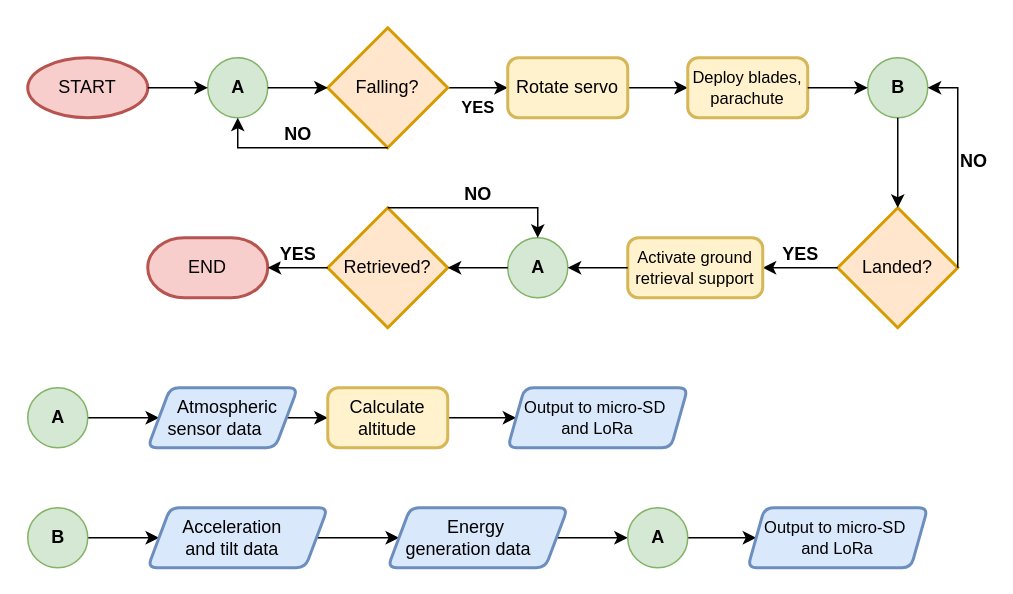
MikoZ321/resat keeps this draw.io diagram as schematics/SoftwareExecutionPath.drawio.xml. Above is the earlier version. Source tidied: cells renumbered, new cells numbered last; positions are measured from the earlier drawing's top-left corner, leaving out a move shared by most shapes. Both pictures are drawn from the tidied source at 150%, with x=0, y=0 at pixel (27, 27).
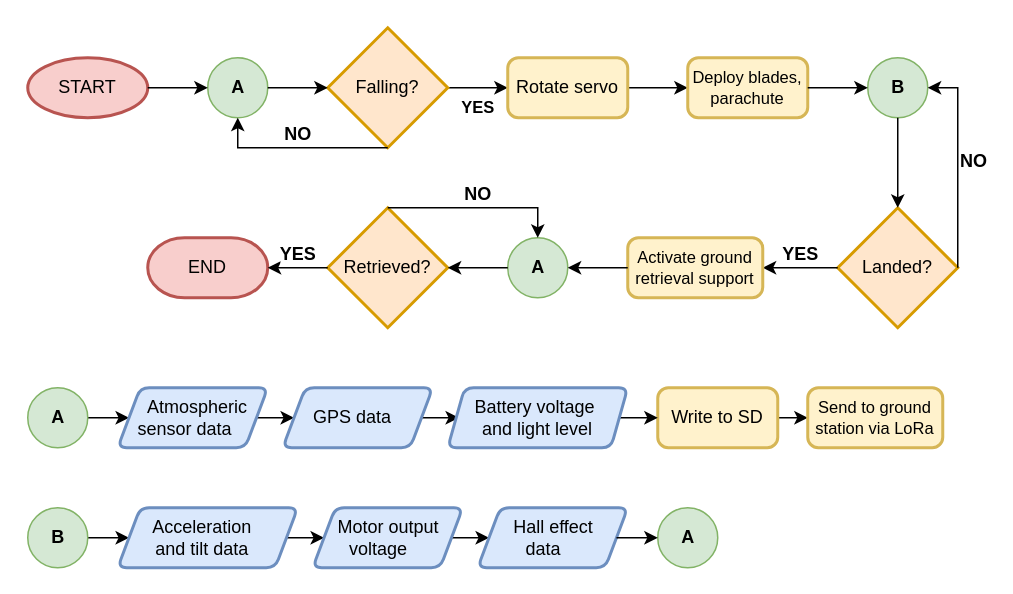
The same diagram, later.

Diff of the diagram source:
```diff
@@
-    <mxCell id="21" style="edgeStyle=orthogonalEdgeStyle;rounded=0;jettySize=auto;html=1;entryX=0;entryY=0.5;entryDx=0;entryDy=0;" parent="1" edge="1" source="22" target="24">
-      <mxGeometry relative="1" as="geometry" />
-    </mxCell>
+    <mxCell id="42" style="edgeStyle=orthogonalEdgeStyle;rounded=0;jettySize=auto;html=1;exitX=1;exitY=0.5;exitDx=0;exitDy=0;entryX=0;entryY=0.5;entryDx=0;entryDy=0;" parent="1" edge="1" source="22" target="46">
+      <mxGeometry relative="1" as="geometry" />
+    </mxCell>
     <mxCell id="22" value="&lt;div style=&quot;font-size: 12px;&quot;&gt;&amp;nbsp; &amp;nbsp; &amp;nbsp;Atmospheric sensor d&lt;span style=&quot;background-color: initial; font-size: 12px;&quot;&gt;ata&lt;/span&gt;&lt;/div&gt;" style="shape=parallelogram;html=1;strokeWidth=2;perimeter=parallelogramPerimeter;whiteSpace=wrap;rounded=1;arcSize=12;size=0.15000000000000002;fillColor=#dae8fc;strokeColor=#6c8ebf;fontSize=12;spacingRight=10;" parent="1" vertex="1">
-      <mxGeometry x="80" y="240" width="100" height="40" as="geometry" />
+      <mxGeometry x="60" y="240" width="100" height="40" as="geometry" />
     </mxCell>
-    <mxCell id="23" style="edgeStyle=orthogonalEdgeStyle;rounded=0;jettySize=auto;html=1;entryX=0;entryY=0.5;entryDx=0;entryDy=0;" parent="1" edge="1" source="24" target="25">
-      <mxGeometry relative="1" as="geometry" />
-    </mxCell>
+    <mxCell id="43" style="edgeStyle=orthogonalEdgeStyle;rounded=0;jettySize=auto;html=1;exitX=1;exitY=0.5;exitDx=0;exitDy=0;entryX=0;entryY=0.5;entryDx=0;entryDy=0;" parent="1" edge="1" source="24" target="51">
+      <mxGeometry relative="1" as="geometry" />
+    </mxCell>
-    <mxCell id="24" value="Calculate altitude" style="rounded=1;whiteSpace=wrap;html=1;absoluteArcSize=1;arcSize=14;strokeWidth=2;fillColor=#fff2cc;strokeColor=#d6b656;" parent="1" vertex="1">
-      <mxGeometry x="200" y="240" width="80" height="40" as="geometry" />
+    <mxCell id="24" value="Write to SD" style="rounded=1;whiteSpace=wrap;html=1;absoluteArcSize=1;arcSize=14;strokeWidth=2;fillColor=#fff2cc;strokeColor=#d6b656;" parent="1" vertex="1">
+      <mxGeometry x="420" y="240" width="80" height="40" as="geometry" />
     </mxCell>
-    <mxCell id="25" value="Output to micro-SD&amp;nbsp;&lt;div style=&quot;font-size: 11px;&quot;&gt;and LoRa&lt;/div&gt;" style="shape=parallelogram;html=1;strokeWidth=2;perimeter=parallelogramPerimeter;whiteSpace=wrap;rounded=1;arcSize=12;size=0.09375;fillColor=#dae8fc;strokeColor=#6c8ebf;fontSize=11;spacingRight=10;spacingLeft=10;" parent="1" vertex="1">
-      <mxGeometry x="320" y="240" width="120" height="40" as="geometry" />
-    </mxCell>
@@
     <mxCell id="29" value="&lt;span style=&quot;background-color: initial;&quot;&gt;&amp;nbsp;Acceleration&amp;nbsp;&lt;/span&gt;&lt;div&gt;&lt;span style=&quot;background-color: initial;&quot;&gt;and tilt data&lt;/span&gt;&lt;/div&gt;" style="shape=parallelogram;html=1;strokeWidth=2;perimeter=parallelogramPerimeter;whiteSpace=wrap;rounded=1;arcSize=12;size=0.125;fillColor=#dae8fc;strokeColor=#6c8ebf;fontSize=12;spacingRight=10;spacingLeft=3;" parent="1" vertex="1">
-      <mxGeometry x="80" y="320" width="120" height="40" as="geometry" />
+      <mxGeometry x="60" y="320" width="120" height="40" as="geometry" />
     </mxCell>
-    <mxCell id="30" style="edgeStyle=orthogonalEdgeStyle;rounded=0;jettySize=auto;html=1;" parent="1" edge="1" source="31" target="33">
-      <mxGeometry relative="1" as="geometry" />
-    </mxCell>
+    <mxCell id="44" style="edgeStyle=orthogonalEdgeStyle;rounded=0;jettySize=auto;html=1;exitX=1;exitY=0.5;exitDx=0;exitDy=0;entryX=0;entryY=0.5;entryDx=0;entryDy=0;" parent="1" edge="1" source="31" target="49">
+      <mxGeometry relative="1" as="geometry" />
+    </mxCell>
-    <mxCell id="31" value="&amp;nbsp; &amp;nbsp;Energy&lt;div&gt;generation data&lt;/div&gt;" style="shape=parallelogram;html=1;strokeWidth=2;perimeter=parallelogramPerimeter;whiteSpace=wrap;rounded=1;arcSize=12;size=0.125;fillColor=#dae8fc;strokeColor=#6c8ebf;fontSize=12;spacingRight=12;spacingLeft=0;" parent="1" vertex="1">
-      <mxGeometry x="240" y="320" width="120" height="40" as="geometry" />
+    <mxCell id="31" value="&amp;nbsp; &amp;nbsp; Motor output voltage" style="shape=parallelogram;html=1;strokeWidth=2;perimeter=parallelogramPerimeter;whiteSpace=wrap;rounded=1;arcSize=12;size=0.15000000000000002;fillColor=#dae8fc;strokeColor=#6c8ebf;fontSize=12;spacingRight=12;spacingLeft=0;" parent="1" vertex="1">
+      <mxGeometry x="190" y="320" width="100" height="40" as="geometry" />
     </mxCell>
-    <mxCell id="32" style="edgeStyle=orthogonalEdgeStyle;rounded=0;jettySize=auto;html=1;" parent="1" edge="1" source="33" target="34">
-      <mxGeometry relative="1" as="geometry" />
-    </mxCell>
     <mxCell id="33" value="A" style="verticalLabelPosition=middle;verticalAlign=middle;html=1;shape=mxgraph.flowchart.on-page_reference;labelPosition=center;align=center;fillColor=#d5e8d4;strokeColor=#82b366;fontStyle=1;" parent="1" vertex="1">
-      <mxGeometry x="400" y="320" width="40" height="40" as="geometry" />
+      <mxGeometry x="420" y="320" width="40" height="40" as="geometry" />
     </mxCell>
-    <mxCell id="34" value="Output to micro-SD&amp;nbsp;&lt;div style=&quot;font-size: 11px;&quot;&gt;and LoRa&lt;/div&gt;" style="shape=parallelogram;html=1;strokeWidth=2;perimeter=parallelogramPerimeter;whiteSpace=wrap;rounded=1;arcSize=12;size=0.09375;fillColor=#dae8fc;strokeColor=#6c8ebf;fontSize=11;spacingRight=10;spacingLeft=10;" parent="1" vertex="1">
-      <mxGeometry x="480" y="320" width="120" height="40" as="geometry" />
-    </mxCell>
@@
+    <mxCell id="45" style="edgeStyle=orthogonalEdgeStyle;rounded=0;jettySize=auto;html=1;exitX=1;exitY=0.5;exitDx=0;exitDy=0;entryX=0;entryY=0.5;entryDx=0;entryDy=0;" parent="1" edge="1" source="46">
+      <mxGeometry relative="1" as="geometry">
+        <mxPoint x="287.5" y="260" as="targetPoint" />
+      </mxGeometry>
+    </mxCell>
+    <mxCell id="46" value="&lt;div style=&quot;font-size: 12px;&quot;&gt;&amp;nbsp;GPS data&lt;/div&gt;" style="shape=parallelogram;html=1;strokeWidth=2;perimeter=parallelogramPerimeter;whiteSpace=wrap;rounded=1;arcSize=12;size=0.15000000000000002;fillColor=#dae8fc;strokeColor=#6c8ebf;fontSize=12;spacingRight=10;" parent="1" vertex="1">
+      <mxGeometry x="170" y="240" width="100" height="40" as="geometry" />
+    </mxCell>
+    <mxCell id="47" style="edgeStyle=orthogonalEdgeStyle;rounded=0;jettySize=auto;html=1;exitX=1;exitY=0.5;exitDx=0;exitDy=0;entryX=0;entryY=0.5;entryDx=0;entryDy=0;" parent="1" edge="1" source="48" target="24">
+      <mxGeometry relative="1" as="geometry" />
+    </mxCell>
+    <mxCell id="48" value="&lt;font style=&quot;font-size: 12px;&quot;&gt;Battery voltage&amp;nbsp; and&amp;nbsp;&lt;span style=&quot;background-color: transparent; color: light-dark(rgb(0, 0, 0), rgb(255, 255, 255));&quot;&gt;light level&lt;/span&gt;&lt;/font&gt;" style="shape=parallelogram;html=1;strokeWidth=2;perimeter=parallelogramPerimeter;whiteSpace=wrap;rounded=1;arcSize=12;size=0.09375;fillColor=#dae8fc;strokeColor=#6c8ebf;fontSize=11;spacingRight=10;spacingLeft=10;" parent="1" vertex="1">
+      <mxGeometry x="280" y="240" width="120" height="40" as="geometry" />
+    </mxCell>
+    <mxCell id="49" value="&amp;nbsp; &amp;nbsp; &amp;nbsp;Hall effect&amp;nbsp;&lt;div&gt;data&lt;/div&gt;" style="shape=parallelogram;html=1;strokeWidth=2;perimeter=parallelogramPerimeter;whiteSpace=wrap;rounded=1;arcSize=12;size=0.15000000000000002;fillColor=#dae8fc;strokeColor=#6c8ebf;fontSize=12;spacingRight=12;spacingLeft=0;" parent="1" vertex="1">
+      <mxGeometry x="300" y="320" width="100" height="40" as="geometry" />
+    </mxCell>
+    <mxCell id="50" style="edgeStyle=orthogonalEdgeStyle;rounded=0;jettySize=auto;html=1;exitX=1;exitY=0.5;exitDx=0;exitDy=0;entryX=0;entryY=0.5;entryDx=0;entryDy=0;entryPerimeter=0;" parent="1" edge="1" source="49" target="33">
+      <mxGeometry relative="1" as="geometry" />
+    </mxCell>
+    <mxCell id="51" value="Send to ground station via LoRa" style="rounded=1;whiteSpace=wrap;html=1;absoluteArcSize=1;arcSize=14;strokeWidth=2;fontSize=11;fillColor=#fff2cc;strokeColor=#d6b656;" parent="1" vertex="1">
+      <mxGeometry x="520" y="240" width="90" height="40" as="geometry" />
+    </mxCell>
```
